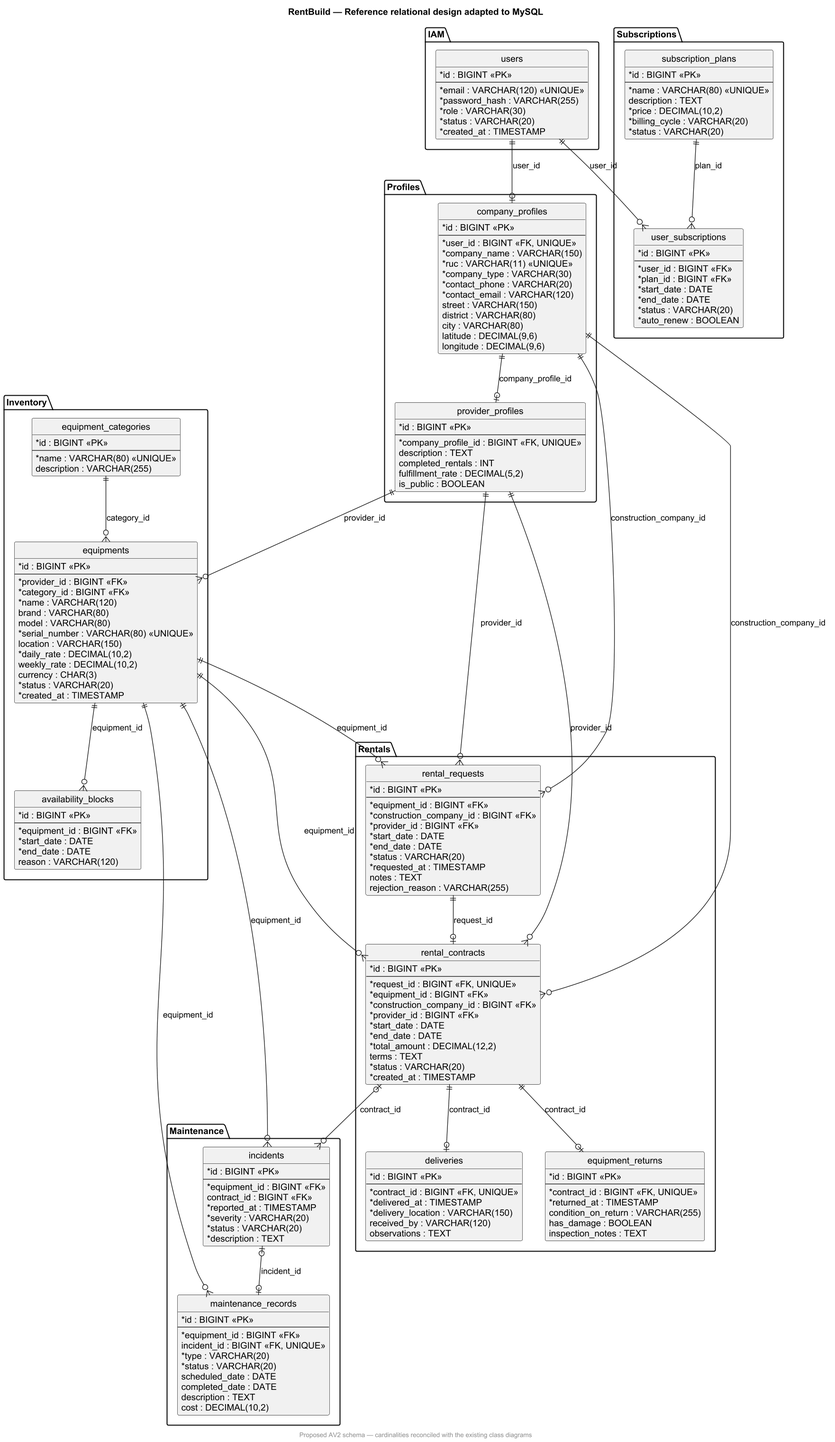
Above: assets/tb1-reference-design/database-diagram.png in upc-pre-202620-1asi0730-8093-dataflux/dataflux-project-report (PlantUML), before the change.
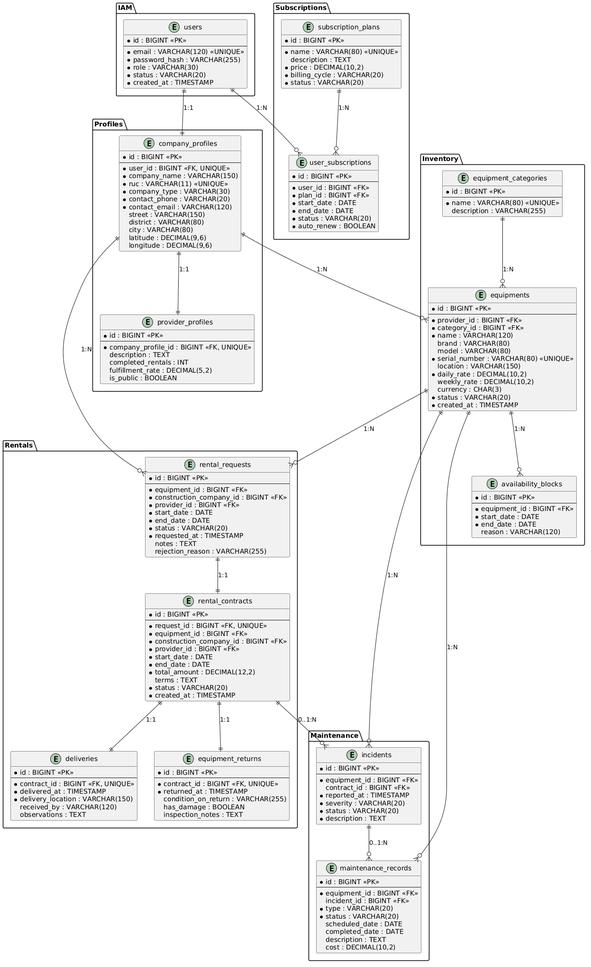
After the change.

Commit message:
fix(architecture): restore original database relations and context views

Diff of the diagram source:
```diff
@@ -1,10 +1,4 @@
 @startuml
-title RentBuild — Reference relational design adapted to MySQL
-skinparam shadowing false
-skinparam defaultFontName Arial
-skinparam dpi 130
-hide circle
-skinparam classAttributeIconSize 0
 package "IAM" {
     entity "users" as users {
         * id : BIGINT <<PK>>
@@ -16,6 +10,7 @@
         * created_at : TIMESTAMP
     }
 }
+
 package "Profiles" {
     entity "company_profiles" as company_profiles {
         * id : BIGINT <<PK>>
@@ -32,6 +27,7 @@
         latitude : DECIMAL(9,6)
         longitude : DECIMAL(9,6)
     }
+
     entity "provider_profiles" as provider_profiles {
         * id : BIGINT <<PK>>
         --
@@ -42,6 +38,7 @@
         is_public : BOOLEAN
     }
 }
+
 package "Subscriptions" {
     entity "subscription_plans" as subscription_plans {
         * id : BIGINT <<PK>>
@@ -52,6 +49,7 @@
         * billing_cycle : VARCHAR(20)
         * status : VARCHAR(20)
     }
+
     entity "user_subscriptions" as user_subscriptions {
         * id : BIGINT <<PK>>
         --
@@ -63,6 +61,7 @@
         * auto_renew : BOOLEAN
     }
 }
+
 package "Inventory" {
     entity "equipment_categories" as equipment_categories {
         * id : BIGINT <<PK>>
@@ -70,6 +69,7 @@
         * name : VARCHAR(80) <<UNIQUE>>
         description : VARCHAR(255)
     }
+
     entity "equipments" as equipments {
         * id : BIGINT <<PK>>
         --
@@ -86,6 +86,7 @@
         * status : VARCHAR(20)
         * created_at : TIMESTAMP
     }
+
     entity "availability_blocks" as availability_blocks {
         * id : BIGINT <<PK>>
         --
@@ -95,6 +96,7 @@
         reason : VARCHAR(120)
     }
 }
+
 package "Rentals" {
     entity "rental_requests" as rental_requests {
         * id : BIGINT <<PK>>
@@ -109,6 +111,7 @@
         notes : TEXT
         rejection_reason : VARCHAR(255)
     }
+
     entity "rental_contracts" as rental_contracts {
         * id : BIGINT <<PK>>
         --
@@ -123,6 +126,7 @@
         * status : VARCHAR(20)
         * created_at : TIMESTAMP
     }
+
     entity "deliveries" as deliveries {
         * id : BIGINT <<PK>>
         --
@@ -132,6 +136,7 @@
         received_by : VARCHAR(120)
         observations : TEXT
     }
+
     entity "equipment_returns" as equipment_returns {
         * id : BIGINT <<PK>>
         --
@@ -142,6 +147,7 @@
         inspection_notes : TEXT
     }
 }
+
 package "Maintenance" {
     entity "incidents" as incidents {
         * id : BIGINT <<PK>>
@@ -153,11 +159,12 @@
         * status : VARCHAR(20)
         * description : TEXT
     }
+
     entity "maintenance_records" as maintenance_records {
         * id : BIGINT <<PK>>
         --
         * equipment_id : BIGINT <<FK>>
-        incident_id : BIGINT <<FK, UNIQUE>>
+        incident_id : BIGINT <<FK>>
         * type : VARCHAR(20)
         * status : VARCHAR(20)
         scheduled_date : DATE
@@ -166,25 +173,25 @@
         cost : DECIMAL(10,2)
     }
 }
-users ||--o| company_profiles : user_id
-company_profiles ||--o| provider_profiles : company_profile_id
-users ||--o{ user_subscriptions : user_id
-subscription_plans ||--o{ user_subscriptions : plan_id
-provider_profiles ||--o{ equipments : provider_id
-equipment_categories ||--o{ equipments : category_id
-equipments ||--o{ availability_blocks : equipment_id
-equipments ||--o{ rental_requests : equipment_id
-company_profiles ||--o{ rental_requests : construction_company_id
-provider_profiles ||--o{ rental_requests : provider_id
-rental_requests ||--o| rental_contracts : request_id
-equipments ||--o{ rental_contracts : equipment_id
-company_profiles ||--o{ rental_contracts : construction_company_id
-provider_profiles ||--o{ rental_contracts : provider_id
-rental_contracts ||--o| deliveries : contract_id
-rental_contracts ||--o| equipment_returns : contract_id
-equipments ||--o{ incidents : equipment_id
-rental_contracts |o--o{ incidents : contract_id
-equipments ||--o{ maintenance_records : equipment_id
-incidents |o--o| maintenance_records : incident_id
-footer Proposed AV2 schema — cardinalities reconciled with the existing class diagrams
+
+users ||--|| company_profiles : "1:1"
+company_profiles ||--|| provider_profiles : "1:1"
+
+users ||--o{ user_subscriptions : "1:N"
+subscription_plans ||--o{ user_subscriptions : "1:N"
+
+company_profiles ||--o{ equipments : "1:N"
+equipment_categories ||--o{ equipments : "1:N"
+equipments ||--o{ availability_blocks : "1:N"
+
+equipments ||--o{ rental_requests : "1:N"
+company_profiles ||--o{ rental_requests : "1:N"
+rental_requests ||--|| rental_contracts : "1:1"
+rental_contracts ||--|| deliveries : "1:1"
+rental_contracts ||--|| equipment_returns : "1:1"
+
+equipments ||--o{ incidents : "1:N"
+rental_contracts ||--o{ incidents : "0..1:N"
+equipments ||--o{ maintenance_records : "1:N"
+incidents ||--o{ maintenance_records : "0..1:N"
 @enduml
```
